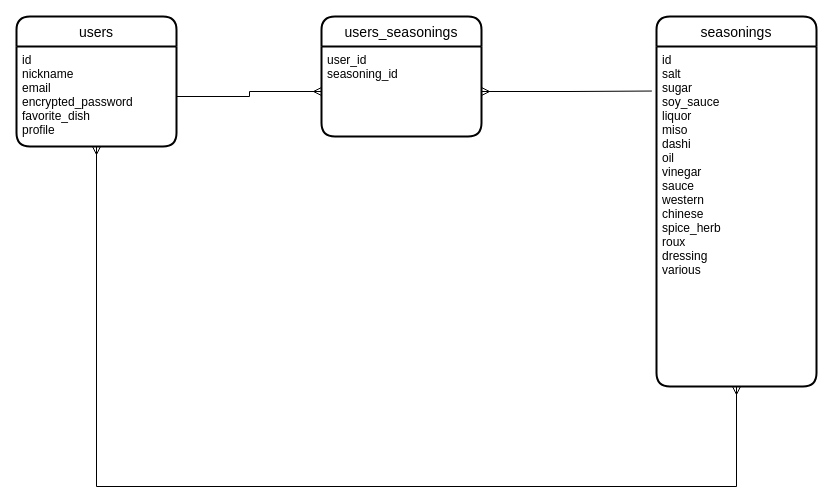
Above: ER_diagram.dio in bokko-chan/uchino_aji (draw.io), before the change. Source tidied: cells renumbered, new cells numbered last; positions are measured from the earlier drawing's top-left corner, leaving out a move shared by most shapes. Both pictures are drawn from the tidied source at 100%, with x=0, y=0 at pixel (16, 16).
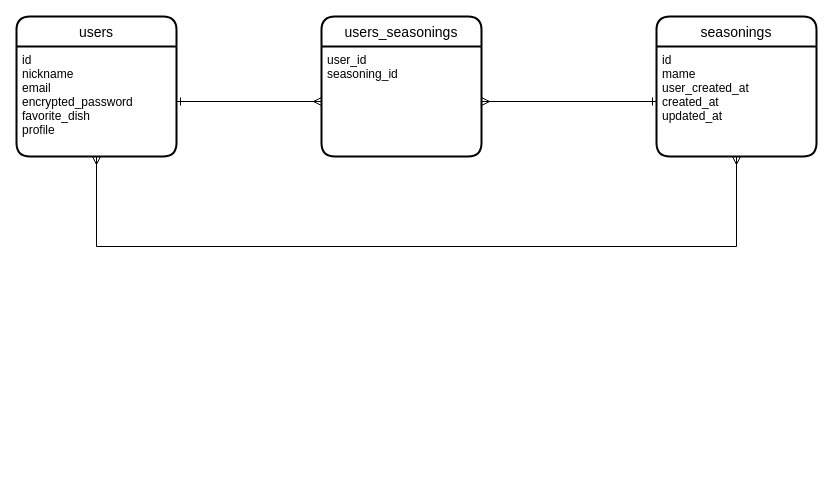
After the change.

Commit message (it also covers changes not shown here):
ER図, README table設計修正

Change to the diagram source:
```diff
@@
 <mxGraphModel>
   <root>
     <mxCell id="0" />
     <mxCell id="1" parent="0" />
     <mxCell id="2" value="users" style="swimlane;horizontal=1;startSize=30;rounded=1;fontSize=14;fontStyle=0;strokeWidth=2;shadow=0;dashed=0;align=center;" parent="1" vertex="1">
-      <mxGeometry width="160" height="130" as="geometry" />
+      <mxGeometry width="160" height="140" as="geometry" />
     </mxCell>
     <mxCell id="3" value="id&#10;nickname&#10;email&#10;encrypted_password&#10;favorite_dish&#10;profile" style="align=left;strokeColor=none;fillColor=none;spacingLeft=4;fontSize=12;verticalAlign=top;" parent="2" vertex="1">
-      <mxGeometry y="30" width="160" height="100" as="geometry" />
+      <mxGeometry y="30" width="160" height="110" as="geometry" />
     </mxCell>
     <mxCell id="4" value="seasonings" style="swimlane;horizontal=1;startSize=30;rounded=1;fontSize=14;fontStyle=0;strokeWidth=2;shadow=0;dashed=0;align=center;" parent="1" vertex="1">
-      <mxGeometry x="640" width="160" height="370" as="geometry" />
+      <mxGeometry x="640" width="160" height="140" as="geometry" />
     </mxCell>
-    <mxCell id="5" value="id&#10;salt&#10;sugar&#10;soy_sauce&#10;liquor&#10;miso&#10;dashi&#10;oil&#10;vinegar&#10;sauce&#10;western&#10;chinese&#10;spice_herb&#10;roux&#10;dressing&#10;various" style="align=left;strokeColor=none;fillColor=none;spacingLeft=4;fontSize=12;verticalAlign=top;" parent="4" vertex="1">
-      <mxGeometry y="30" width="160" height="340" as="geometry" />
+    <mxCell id="5" value="id&#10;mame&#10;user_created_at&#10;created_at&#10;updated_at" style="align=left;strokeColor=none;fillColor=none;spacingLeft=4;fontSize=12;verticalAlign=top;" parent="4" vertex="1">
+      <mxGeometry y="30" width="160" height="110" as="geometry" />
     </mxCell>
     <mxCell id="6" value="users_seasonings" style="swimlane;horizontal=1;startSize=30;rounded=1;fontSize=14;fontStyle=0;strokeWidth=2;shadow=0;dashed=0;align=center;" parent="1" vertex="1">
-      <mxGeometry x="305" width="160" height="120" as="geometry" />
+      <mxGeometry x="305" width="160" height="140" as="geometry" />
     </mxCell>
     <mxCell id="7" value="user_id&#10;seasoning_id" style="align=left;strokeColor=none;fillColor=none;spacingLeft=4;fontSize=12;verticalAlign=top;" parent="6" vertex="1">
-      <mxGeometry y="30" width="160" height="90" as="geometry" />
+      <mxGeometry y="30" width="160" height="110" as="geometry" />
     </mxCell>
+    <mxCell id="10" style="edgeStyle=orthogonalEdgeStyle;rounded=0;jettySize=auto;html=1;startArrow=ERmany;startFill=0;endArrow=ERmany;endFill=0;" parent="1" edge="1" source="3" target="5">
+      <mxGeometry relative="1" as="geometry">
+        <Array as="points">
+          <mxPoint x="80" y="230" />
+          <mxPoint x="720" y="230" />
+        </Array>
+      </mxGeometry>
+    </mxCell>
+    <mxCell id="9" style="edgeStyle=orthogonalEdgeStyle;rounded=0;jettySize=auto;html=1;exitX=1;exitY=0.5;exitDx=0;exitDy=0;entryX=0;entryY=0.5;entryDx=0;entryDy=0;startArrow=ERmany;startFill=0;endArrow=ERone;endFill=0;" parent="1" edge="1" source="7" target="5">
+      <mxGeometry relative="1" as="geometry" />
+    </mxCell>
-    <mxCell id="8" style="edgeStyle=orthogonalEdgeStyle;rounded=0;jettySize=auto;html=1;exitX=1;exitY=0.5;exitDx=0;exitDy=0;entryX=0;entryY=0.5;entryDx=0;entryDy=0;startArrow=none;startFill=0;endArrow=ERmany;endFill=0;" parent="1" edge="1" source="3" target="7">
-      <mxGeometry relative="1" as="geometry">
-        <Array as="points">
-          <mxPoint x="233" y="80" />
-          <mxPoint x="233" y="75" />
-        </Array>
-      </mxGeometry>
+    <mxCell id="8" style="edgeStyle=orthogonalEdgeStyle;rounded=0;jettySize=auto;html=1;exitX=1;exitY=0.5;exitDx=0;exitDy=0;startArrow=ERone;startFill=0;endArrow=ERmany;endFill=0;" parent="1" edge="1" source="3" target="7">
+      <mxGeometry relative="1" as="geometry" />
     </mxCell>
-    <mxCell id="9" style="edgeStyle=orthogonalEdgeStyle;rounded=0;jettySize=auto;html=1;entryX=-0.029;entryY=0.131;entryDx=0;entryDy=0;entryPerimeter=0;startArrow=ERmany;startFill=0;endArrow=none;endFill=0;" parent="1" edge="1" source="7" target="5">
-      <mxGeometry relative="1" as="geometry" />
-    </mxCell>
-    <mxCell id="10" style="edgeStyle=orthogonalEdgeStyle;rounded=0;jettySize=auto;html=1;startArrow=ERmany;startFill=0;endArrow=ERmany;endFill=0;" parent="1" edge="1" source="3" target="5">
-      <mxGeometry relative="1" as="geometry">
-        <Array as="points">
-          <mxPoint x="80" y="470" />
-          <mxPoint x="720" y="470" />
-        </Array>
-      </mxGeometry>
-    </mxCell>
   </root>
 </mxGraphModel>
```
